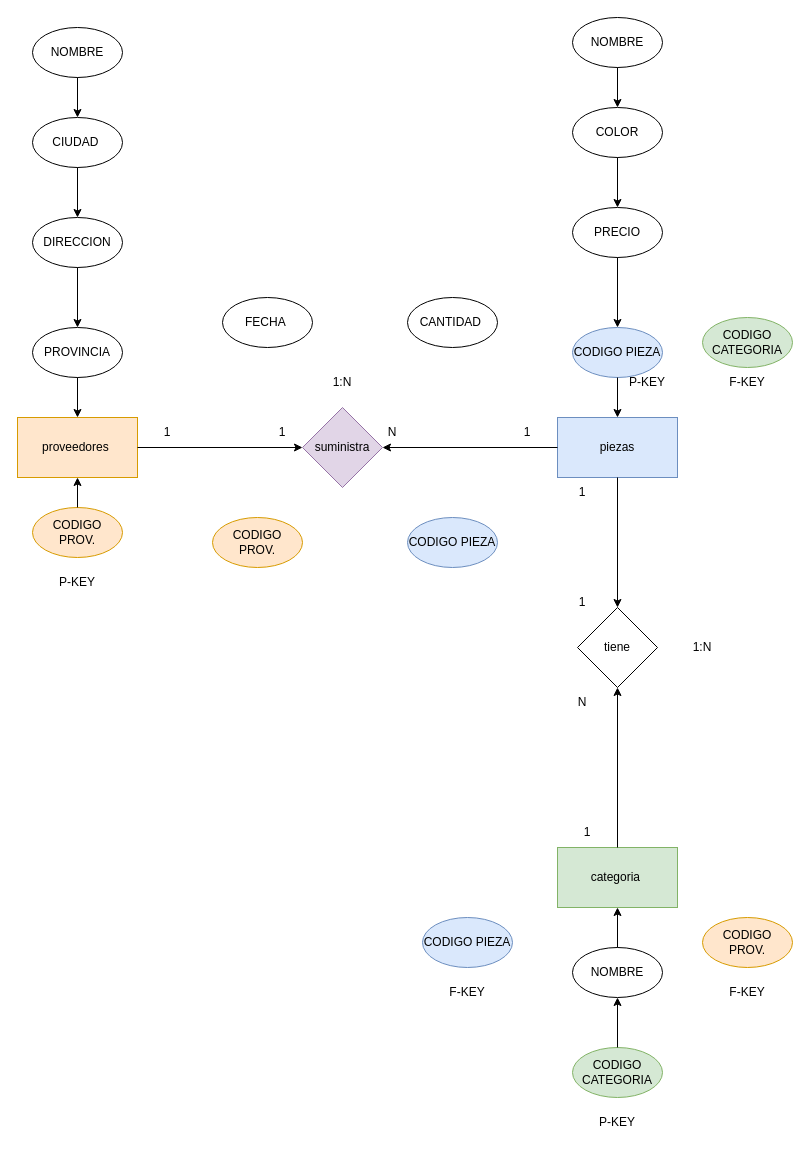
Before: proyecto_final.drawio in jhibrancodigo07/B-datos_0.2, a draw.io diagram. Source tidied: cells renumbered, new cells numbered last; positions are measured from the earlier drawing's top-left corner, leaving out a move shared by most shapes. Both pictures are drawn from the tidied source at 100%, with x=0, y=0 at pixel (17, 17).
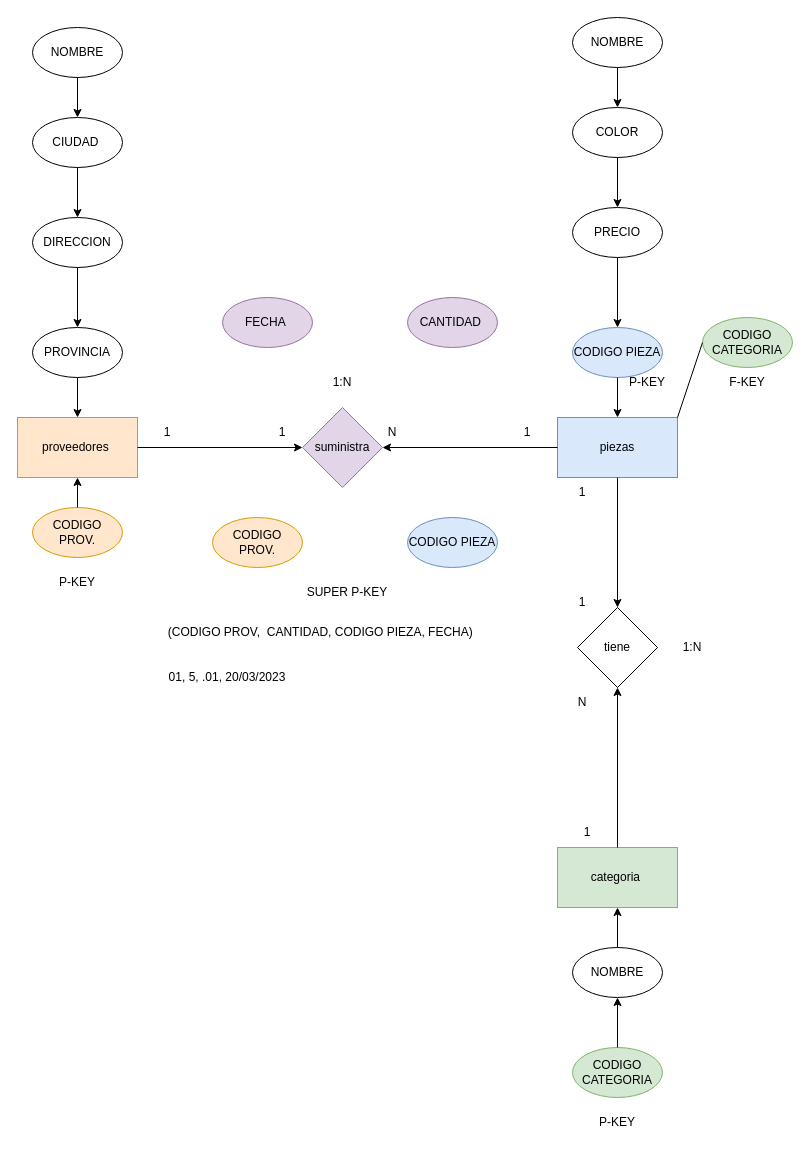
After the change.

Unchanged cells that the change refers to:
```xml
<mxCell id="3" value="piezas" style="rounded=0;whiteSpace=wrap;html=1;fillColor=#dae8fc;strokeColor=#6c8ebf;" parent="1" vertex="1">
  <mxGeometry x="540" y="400" width="120" height="60" as="geometry" />
</mxCell>
<mxCell id="26" value="CODIGO CATEGORIA" style="ellipse;whiteSpace=wrap;html=1;fillColor=#d5e8d4;strokeColor=#82b366;" parent="1" vertex="1">
  <mxGeometry x="685" y="300" width="90" height="50" as="geometry" />
</mxCell>
```

The edit, as a diff of the source:
```diff
@@
-    <mxCell id="15" value="CANTIDAD&amp;nbsp;" style="ellipse;whiteSpace=wrap;html=1;" parent="1" vertex="1">
+    <mxCell id="15" value="CANTIDAD&amp;nbsp;" style="ellipse;whiteSpace=wrap;html=1;fillColor=#e1d5e7;strokeColor=#9673a6;" parent="1" vertex="1">
       <mxGeometry x="390" y="280" width="90" height="50" as="geometry" />
     </mxCell>
-    <mxCell id="16" value="FECHA&amp;nbsp;" style="ellipse;whiteSpace=wrap;html=1;" parent="1" vertex="1">
+    <mxCell id="16" value="FECHA&amp;nbsp;" style="ellipse;whiteSpace=wrap;html=1;fillColor=#e1d5e7;strokeColor=#9673a6;" parent="1" vertex="1">
       <mxGeometry x="205" y="280" width="90" height="50" as="geometry" />
     </mxCell>
@@
-    <mxCell id="24" value="CODIGO PROV." style="ellipse;whiteSpace=wrap;html=1;fillColor=#ffe6cc;strokeColor=#d79b00;" parent="1" vertex="1">
-      <mxGeometry x="685" y="900" width="90" height="50" as="geometry" />
-    </mxCell>
-    <mxCell id="25" value="CODIGO PIEZA" style="ellipse;whiteSpace=wrap;html=1;fillColor=#dae8fc;strokeColor=#6c8ebf;" parent="1" vertex="1">
-      <mxGeometry x="405" y="900" width="90" height="50" as="geometry" />
-    </mxCell>
@@
     <mxCell id="42" value="1:N" style="text;html=1;strokeColor=none;fillColor=none;align=center;verticalAlign=middle;whiteSpace=wrap;rounded=0;" parent="1" vertex="1">
-      <mxGeometry x="655" y="615" width="60" height="30" as="geometry" />
+      <mxGeometry x="645" y="615" width="60" height="30" as="geometry" />
     </mxCell>
@@
-    <mxCell id="53" value="F-KEY" style="text;html=1;strokeColor=none;fillColor=none;align=center;verticalAlign=middle;whiteSpace=wrap;rounded=0;" parent="1" vertex="1">
-      <mxGeometry x="420" y="960" width="60" height="30" as="geometry" />
-    </mxCell>
-    <mxCell id="54" value="F-KEY" style="text;html=1;strokeColor=none;fillColor=none;align=center;verticalAlign=middle;whiteSpace=wrap;rounded=0;" parent="1" vertex="1">
-      <mxGeometry x="700" y="960" width="60" height="30" as="geometry" />
-    </mxCell>
@@
+    <mxCell id="56" style="endArrow=none;html=1;rounded=0;entryX=0;entryY=0.5;entryDx=0;entryDy=0;exitX=1;exitY=0;exitDx=0;exitDy=0;" parent="1" edge="1" source="3" target="26">
+      <mxGeometry relative="1" as="geometry" />
+    </mxCell>
+    <mxCell id="57" value="SUPER P-KEY" style="text;html=1;strokeColor=none;fillColor=none;align=center;verticalAlign=middle;whiteSpace=wrap;rounded=0;" parent="1" vertex="1">
+      <mxGeometry x="270" y="560" width="120" height="30" as="geometry" />
+    </mxCell>
+    <mxCell id="58" value="(CODIGO PROV,&amp;nbsp; CANTIDAD, CODIGO PIEZA, FECHA)&amp;nbsp;" style="text;html=1;strokeColor=none;fillColor=none;align=center;verticalAlign=middle;whiteSpace=wrap;rounded=0;" parent="1" vertex="1">
+      <mxGeometry x="145" y="600" width="320" height="30" as="geometry" />
+    </mxCell>
+    <mxCell id="59" value="01, 5, .01, 20/03/2023" style="text;html=1;strokeColor=none;fillColor=none;align=center;verticalAlign=middle;whiteSpace=wrap;rounded=0;" parent="1" vertex="1">
+      <mxGeometry x="145" y="645" width="130" height="30" as="geometry" />
+    </mxCell>
```
